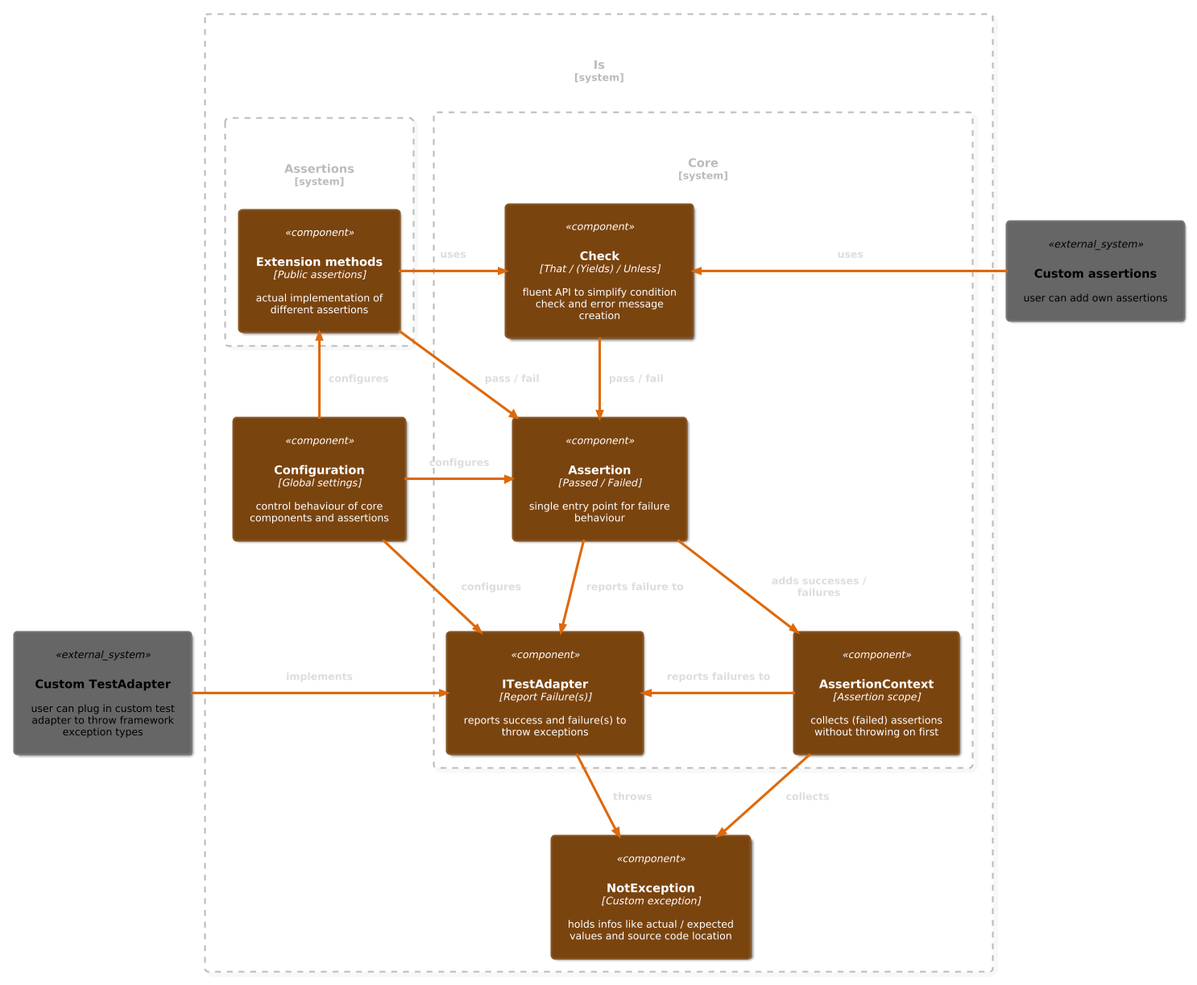
This is Docs/Architecture.png from chrismo80/Is, a PlantUML export, as it was before one commit. Its source is kept beside it as Docs/Architecture.plantuml.
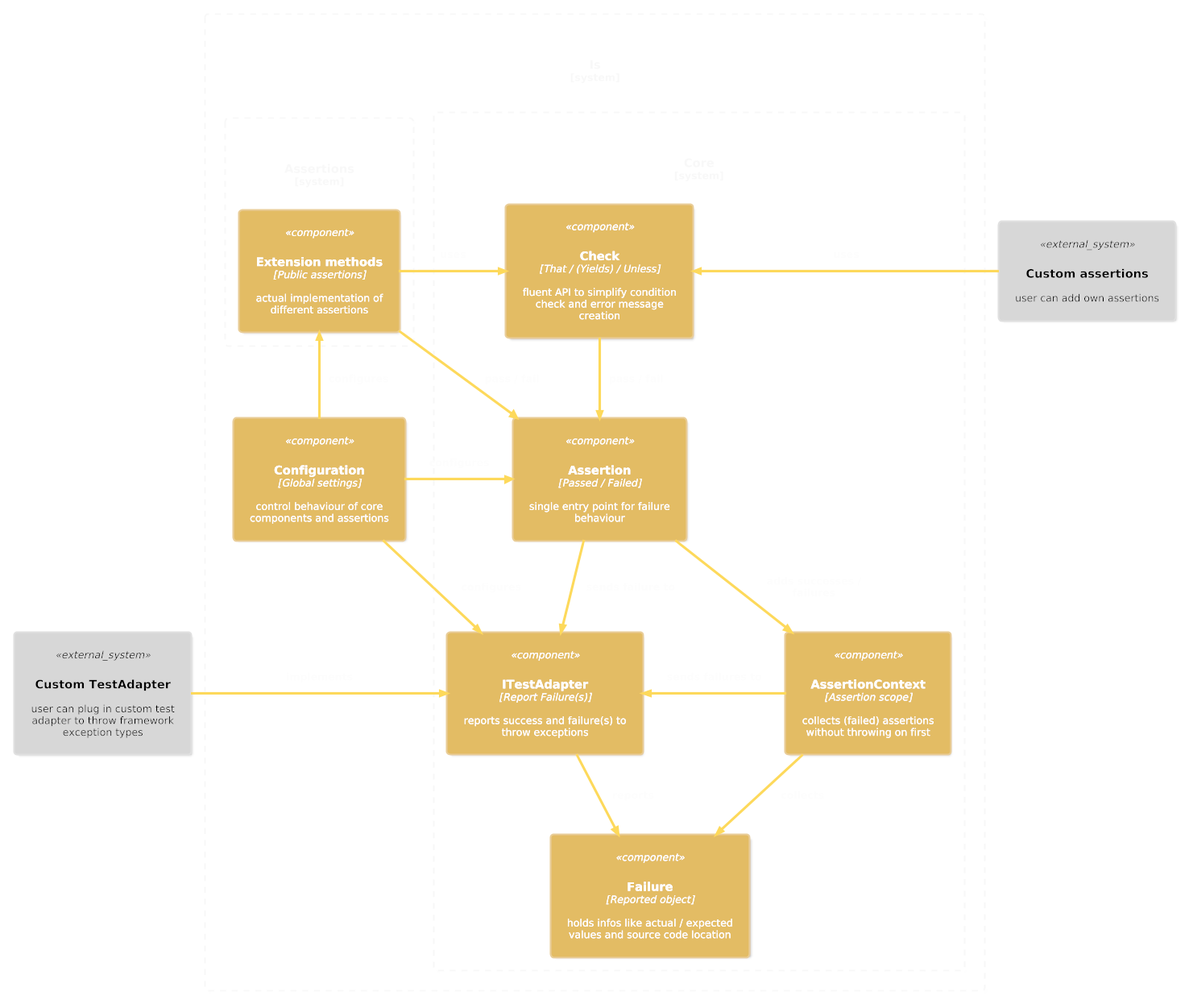
After the change.

Change to the diagram source:
```diff
@@ -8,7 +8,6 @@
 System_Ext(cta, "Custom TestAdapter", "user can plug in custom test adapter to throw framework exception types")
 
 System_Boundary(Is, "Is") {
-    Component(ex, "NotException", "Custom exception", "holds infos like actual / expected values and source code location")
     Component(conf, "Configuration", "Global settings", "control behaviour of core components and assertions")
 
     System_Boundary(Assertions, "Assertions") {
@@ -20,20 +19,21 @@
         Component(check, "Check", "That / (Yields) / Unless", "fluent API to simplify condition check and error message creation")
         Component(ctx, "AssertionContext", "Assertion scope", "collects (failed) assertions without throwing on first")
         Component(ita, "ITestAdapter", "Report Failure(s)", "reports success and failure(s) to throw exceptions")
+        Component(fail, "Failure", "Reported object", "holds infos like actual / expected values and source code location")
         }
     }
 }
 
-Rel(ass, ita, "reports failure to")
-Rel(ctx, ex, "collects")
-Rel(ita, ex, "throws")
+Rel(ass, ita, "sends failure to")
+Rel(ctx, fail, "collects")
+Rel(ita, fail, "reports")
 Rel_R(cta, ita, "implements")
 
 Rel_U(ext, check, "uses")
 Rel(ext, ass, "pass / fail")
 Rel_L(ca, check, "uses")
 
-Rel_L(ctx, ita, "reports failures to")
+Rel_L(ctx, ita, "sends failures to")
 
 Rel(check, ass, "pass / fail")
 Rel(ass, ctx, "adds successes / failures")
```
